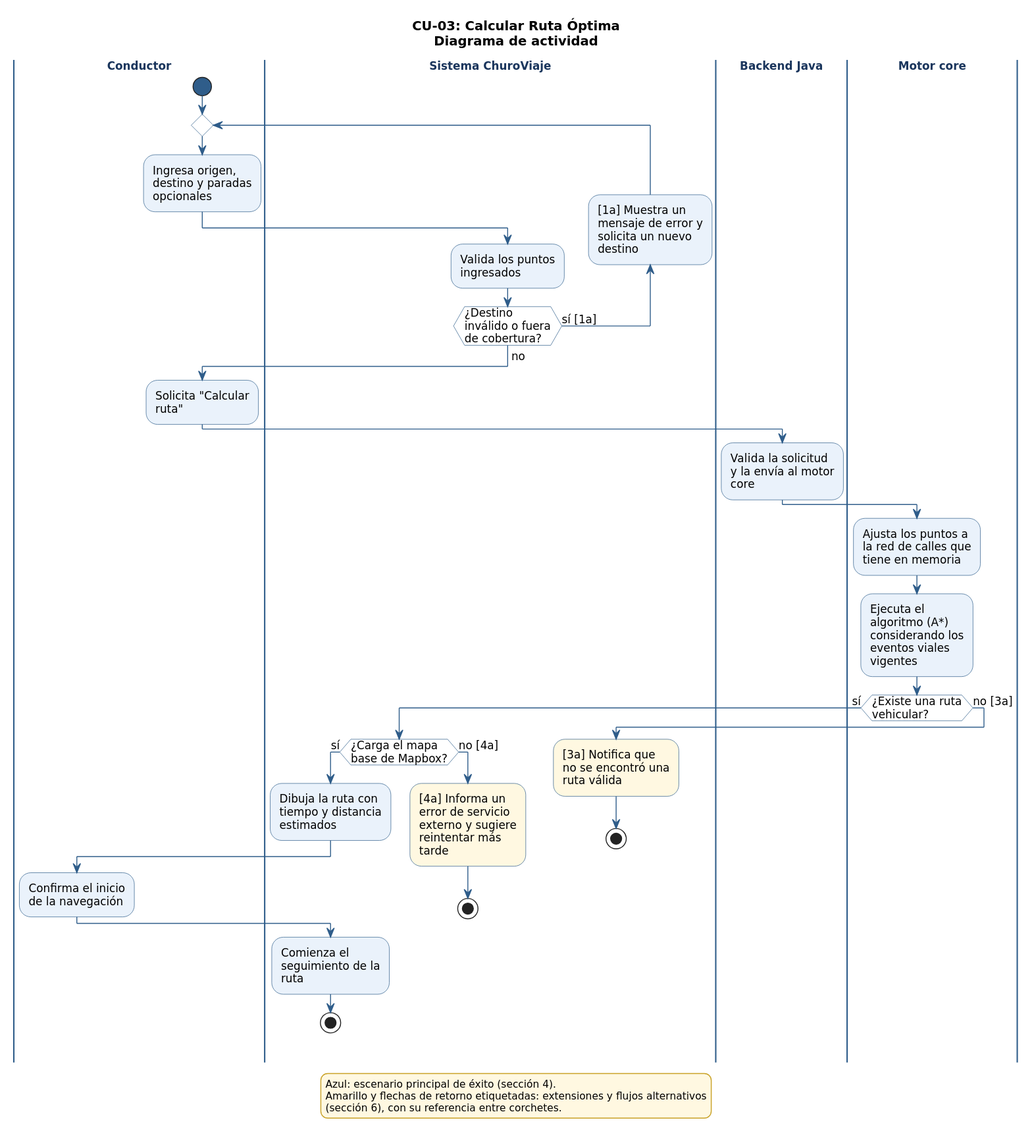
Above: 03_des/01_Diagramas_de_comportamiento/CU-03_CalcularRutaOptima.svg in uniWASD/ChuroViajeInterno (PlantUML), before the change.
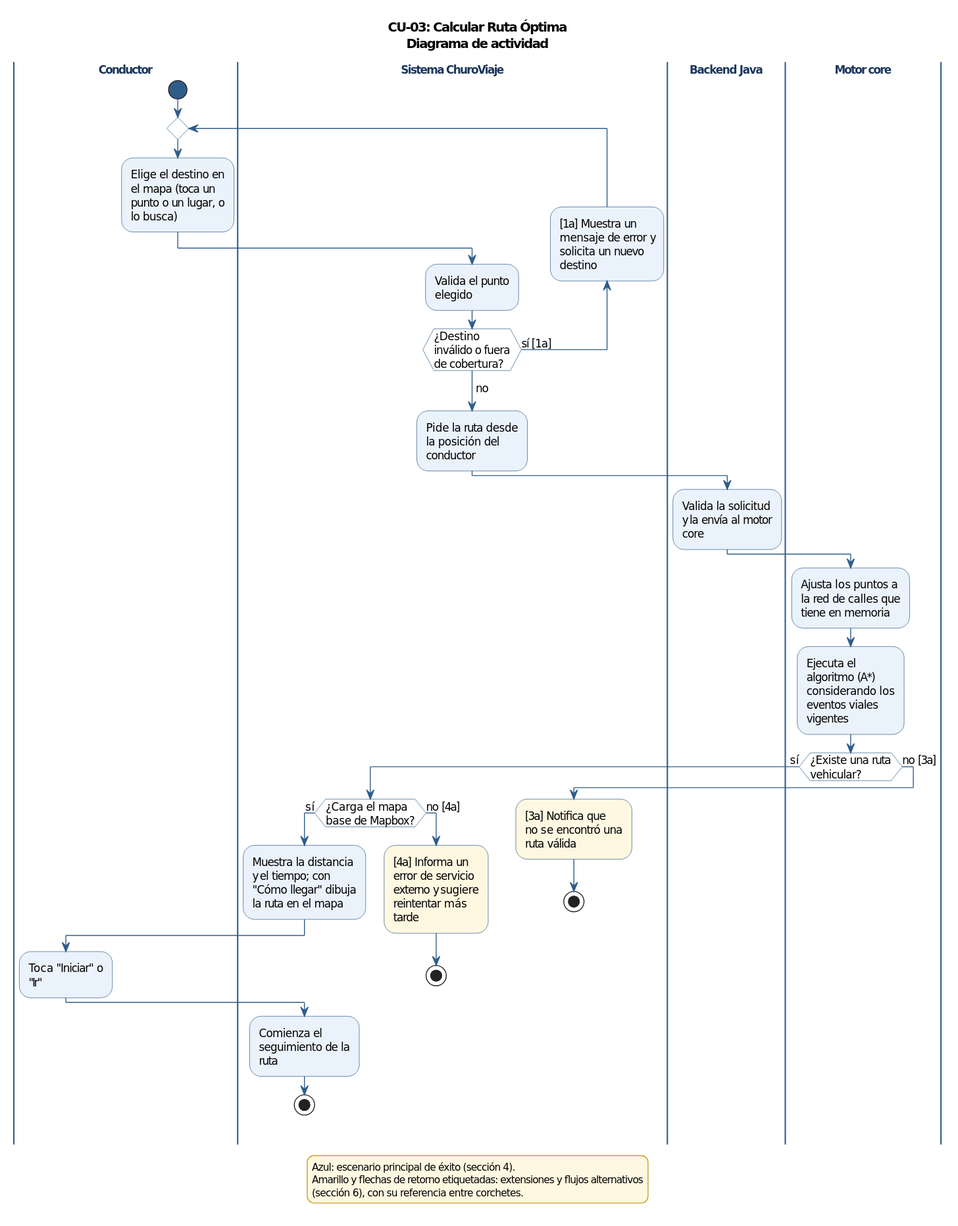
After the commit.

What changed in the source:
```diff
@@ -30,21 +30,23 @@
 start
 repeat
   |Conductor|
-  :Ingresa origen,
-destino y paradas
-opcionales;
+  :Elige el destino en
+el mapa (toca un
+punto o un lugar, o
+lo busca);
   |Sistema ChuroViaje|
-  :Valida los puntos
-ingresados;
+  :Valida el punto
+elegido;
 backward:[1a] Muestra un
 mensaje de error y
 solicita un nuevo
 destino;
 repeat while (¿Destino\ninválido o fuera\nde cobertura?) is (sí [1a])
 ->no;
-|Conductor|
-:Solicita "Calcular
-ruta";
+|Sistema ChuroViaje|
+:Pide la ruta desde
+la posición del
+conductor;
 |Backend Java|
 :Valida la solicitud
 y la envía al motor
@@ -61,12 +63,13 @@
 if (¿Existe una ruta\nvehicular?) then (sí)
   |Sistema ChuroViaje|
   if (¿Carga el mapa\nbase de Mapbox?) then (sí)
-    :Dibuja la ruta con
-tiempo y distancia
-estimados;
+    :Muestra la distancia
+y el tiempo; con
+"Cómo llegar" dibuja
+la ruta en el mapa;
     |Conductor|
-    :Confirma el inicio
-de la navegación;
+    :Toca "Iniciar" o
+"Ir";
     |Sistema ChuroViaje|
     :Comienza el
 seguimiento de la
```
